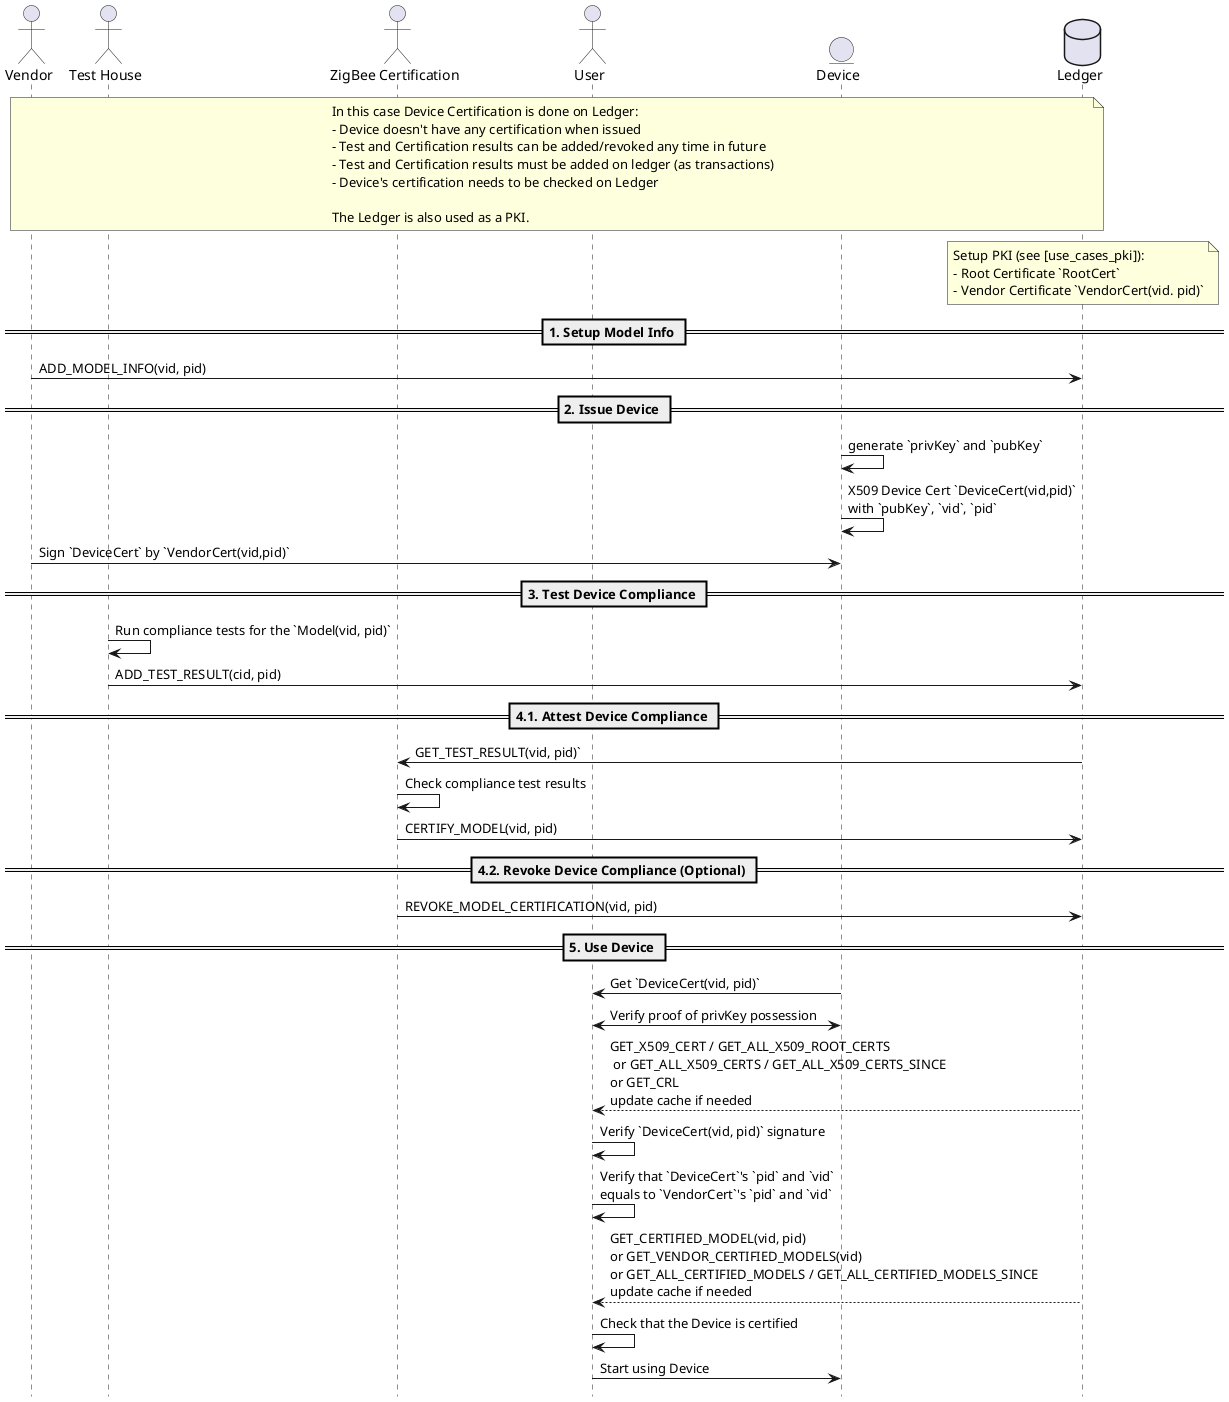
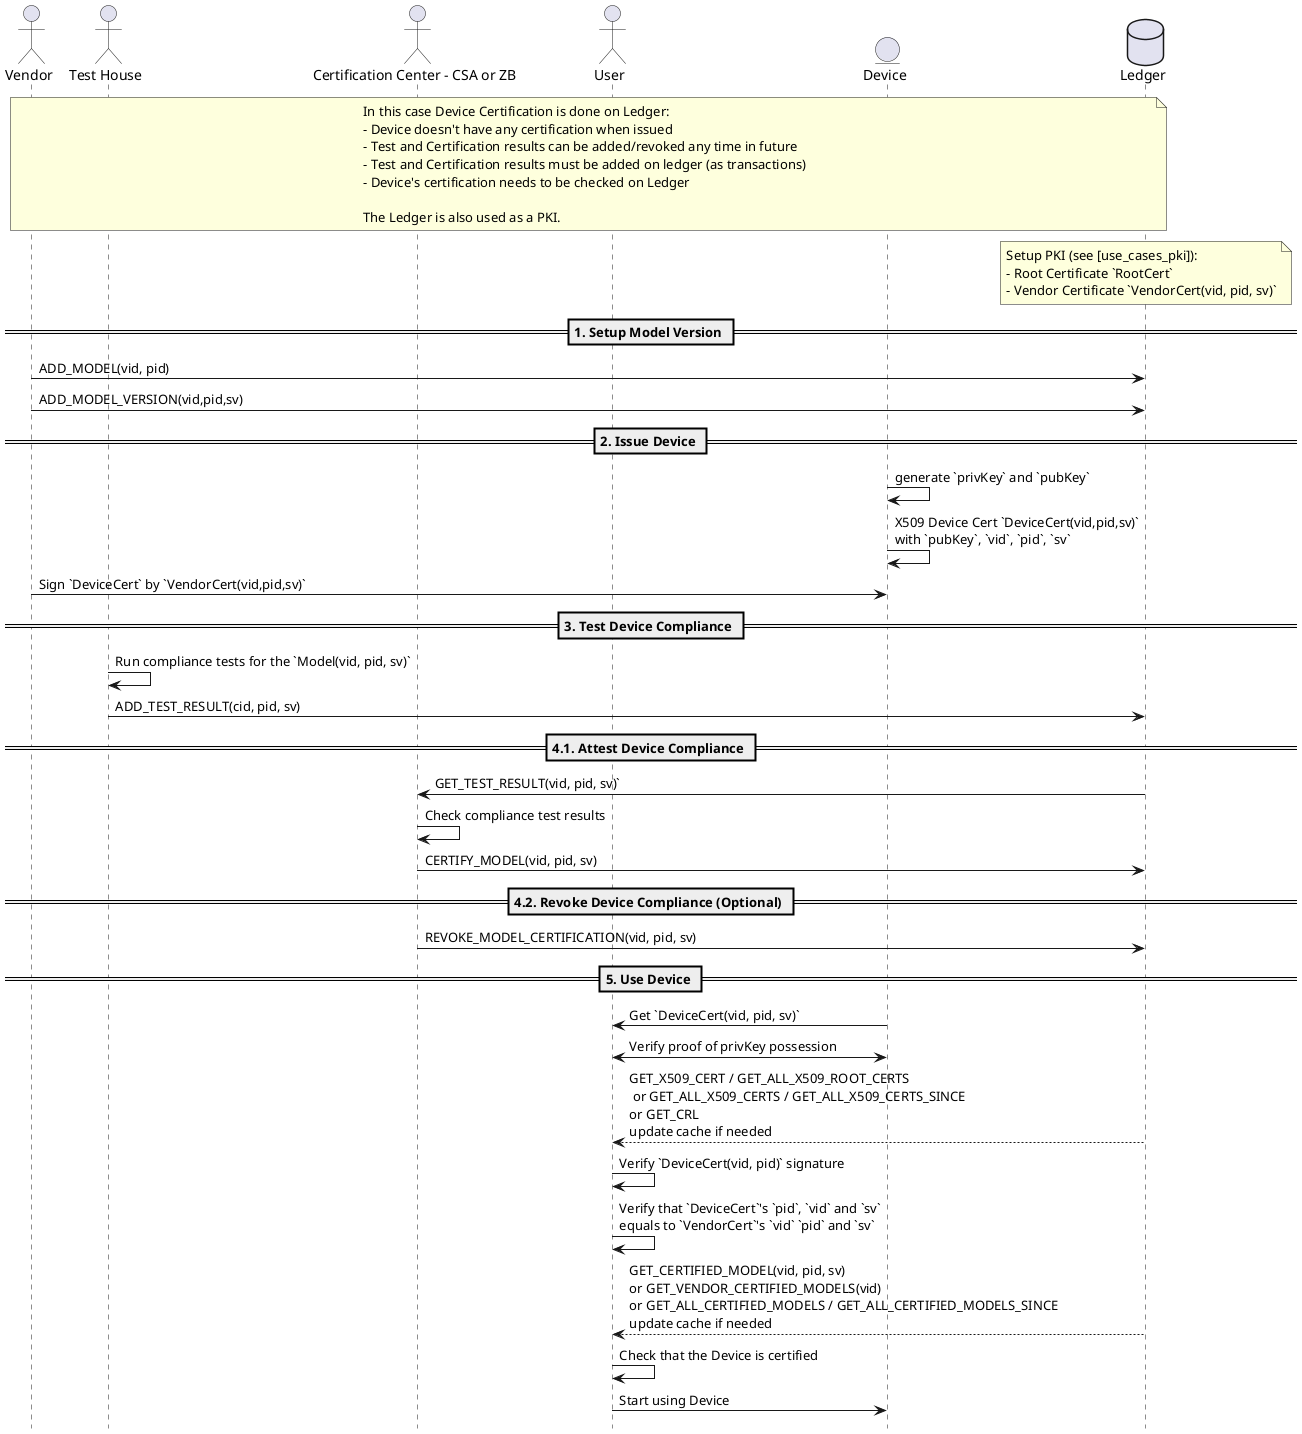
@startuml
!pragma teoz true
hide footbox

actor Vendor as V
actor "Test House" as T
- actor "ZigBee Certification" as ZB
+ actor "Certification Center - CSA or ZB" as C
actor User as U
entity Device as D
database Ledger as L

note over V, L
In this case Device Certification is done on Ledger:
- Device doesn't have any certification when issued
- Test and Certification results can be added/revoked any time in future
- Test and Certification results must be added on ledger (as transactions)
- Device's certification needs to be checked on Ledger

The Ledger is also used as a PKI.
end note

note over L
Setup PKI (see [use_cases_pki]):
- Root Certificate `RootCert`
- - Vendor Certificate `VendorCert(vid. pid)`
+ - Vendor Certificate `VendorCert(vid, pid, sv)`
end note

- == 1. Setup Model Info ==
- V -> L: ADD_MODEL_INFO(vid, pid)
+ == 1. Setup Model Version ==
+ V -> L: ADD_MODEL(vid, pid)
+ V -> L: ADD_MODEL_VERSION(vid,pid,sv)

== 2. Issue Device ==
D -> D: generate `privKey` and `pubKey`
- D -> D: X509 Device Cert `DeviceCert(vid,pid)`\nwith `pubKey`, `vid`, `pid`
- V -> D: Sign `DeviceCert` by `VendorCert(vid,pid)`
+ D -> D: X509 Device Cert `DeviceCert(vid,pid,sv)`\nwith `pubKey`, `vid`, `pid`, `sv`
+ V -> D: Sign `DeviceCert` by `VendorCert(vid,pid,sv)`

== 3. Test Device Compliance ==
- T -> T: Run compliance tests for the `Model(vid, pid)`
- T -> L: ADD_TEST_RESULT(cid, pid)
+ T -> T: Run compliance tests for the `Model(vid, pid, sv)`
+ T -> L: ADD_TEST_RESULT(cid, pid, sv)

== 4.1. Attest Device Compliance ==
- ZB <- L: GET_TEST_RESULT(vid, pid)`
- ZB -> ZB: Check compliance test results
- ZB -> L: CERTIFY_MODEL(vid, pid)
+ C <- L: GET_TEST_RESULT(vid, pid, sv)`
+ C -> C: Check compliance test results
+ C -> L: CERTIFY_MODEL(vid, pid, sv)


== 4.2. Revoke Device Compliance (Optional) ==
- ZB -> L: REVOKE_MODEL_CERTIFICATION(vid, pid)
+ C -> L: REVOKE_MODEL_CERTIFICATION(vid, pid, sv)

== 5. Use Device ==
- U <- D: Get `DeviceCert(vid, pid)`
+ U <- D: Get `DeviceCert(vid, pid, sv)`
U <-> D: Verify proof of privKey possession
U <-- L: GET_X509_CERT / GET_ALL_X509_ROOT_CERTS\n or GET_ALL_X509_CERTS / GET_ALL_X509_CERTS_SINCE\nor GET_CRL\nupdate cache if needed
U -> U: Verify `DeviceCert(vid, pid)` signature
- U -> U: Verify that `DeviceCert`'s `pid` and `vid`\nequals to `VendorCert`'s `pid` and `vid`
- U <-- L:GET_CERTIFIED_MODEL(vid, pid)\nor GET_VENDOR_CERTIFIED_MODELS(vid)\nor GET_ALL_CERTIFIED_MODELS / GET_ALL_CERTIFIED_MODELS_SINCE\nupdate cache if needed
+ U -> U: Verify that `DeviceCert`'s `pid`, `vid` and `sv`\nequals to `VendorCert`'s `vid` `pid` and `sv`
+ U <-- L:GET_CERTIFIED_MODEL(vid, pid, sv)\nor GET_VENDOR_CERTIFIED_MODELS(vid)\nor GET_ALL_CERTIFIED_MODELS / GET_ALL_CERTIFIED_MODELS_SINCE\nupdate cache if needed
U -> U: Check that the Device is certified
U -> D: Start using Device
- 
- 
@enduml